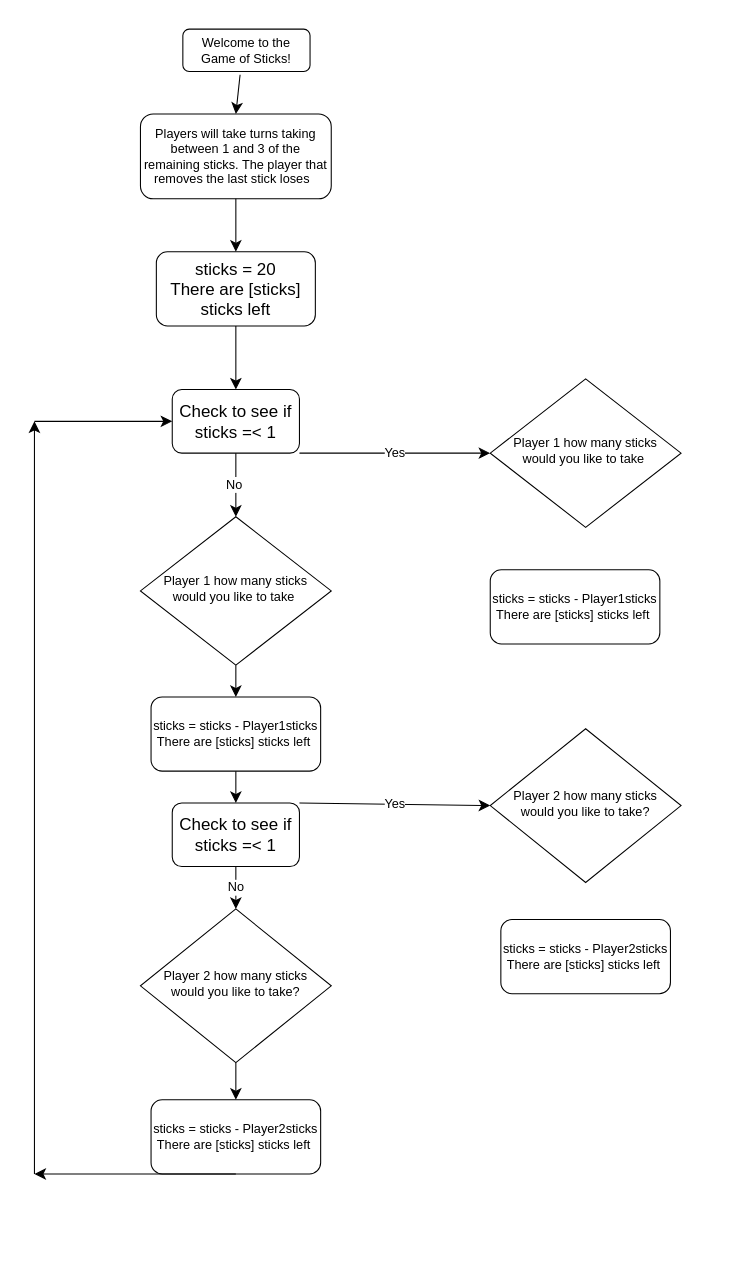
The draw.io diagram Untitled Diagram.drawio in TiyaCox/tycox, before the edit. Source tidied: cells renumbered, new cells numbered last; positions are measured from the earlier drawing's top-left corner, leaving out a move shared by most shapes. Both pictures are drawn from the tidied source at 106%, with x=0, y=0 at pixel (34, 29).
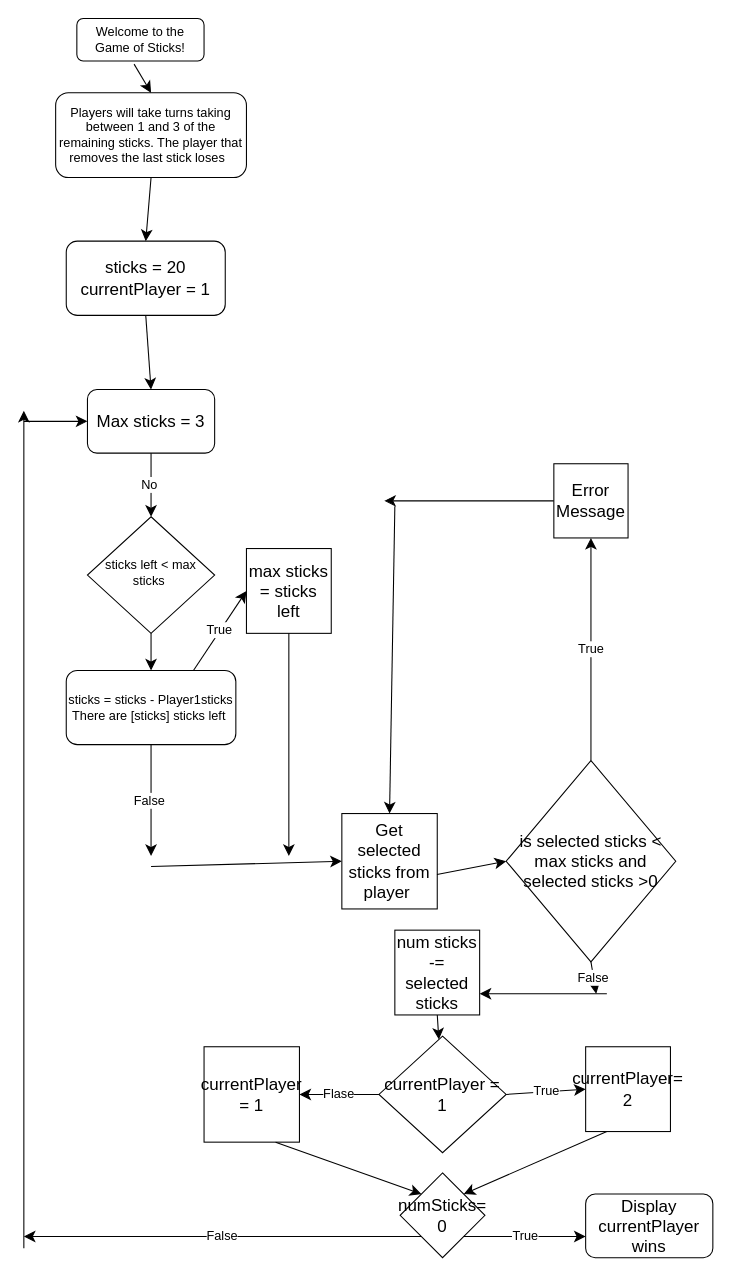
Above is the later version.

Commit message:
Game of Sticks

What changed in the source:
```diff
@@
     <mxCell id="2" value="Welcome to the Game of Sticks!" style="rounded=1;whiteSpace=wrap;html=1;fontSize=12;glass=0;strokeWidth=1;shadow=0;" parent="1" vertex="1">
-      <mxGeometry x="140" width="120" height="40" as="geometry" />
+      <mxGeometry x="40" y="-10" width="120" height="40" as="geometry" />
     </mxCell>
-    <mxCell id="3" value="Player 1 how many sticks would you like to take&amp;nbsp;" style="rhombus;whiteSpace=wrap;html=1;shadow=0;fontFamily=Helvetica;fontSize=12;align=center;strokeWidth=1;spacing=6;spacingTop=-4;" parent="1" vertex="1">
-      <mxGeometry x="100" y="460" width="180" height="140" as="geometry" />
+    <mxCell id="3" value="sticks left &amp;lt; max sticks&amp;nbsp;" style="rhombus;whiteSpace=wrap;html=1;shadow=0;fontFamily=Helvetica;fontSize=12;align=center;strokeWidth=1;spacing=6;spacingTop=-4;" parent="1" vertex="1">
+      <mxGeometry x="50" y="460" width="120" height="110" as="geometry" />
     </mxCell>
     <mxCell id="4" value="Players will take turns taking between 1 and 3 of the remaining sticks. The player that removes the last stick loses&amp;nbsp;&amp;nbsp;" style="rounded=1;whiteSpace=wrap;html=1;fontSize=12;glass=0;strokeWidth=1;shadow=0;" parent="1" vertex="1">
-      <mxGeometry x="100" y="80" width="180" height="80" as="geometry" />
+      <mxGeometry x="20" y="60" width="180" height="80" as="geometry" />
     </mxCell>
-    <mxCell id="5" value="Player 2 how many sticks would you like to take?" style="rhombus;whiteSpace=wrap;html=1;shadow=0;fontFamily=Helvetica;fontSize=12;align=center;strokeWidth=1;spacing=6;spacingTop=-4;" parent="1" vertex="1">
-      <mxGeometry x="100" y="830" width="180" height="145" as="geometry" />
-    </mxCell>
     <mxCell id="6" value="sticks = sticks - Player1sticks&lt;br&gt;There are [sticks] sticks left&amp;nbsp;" style="rounded=1;whiteSpace=wrap;html=1;fontSize=12;glass=0;strokeWidth=1;shadow=0;" parent="1" vertex="1">
-      <mxGeometry x="110" y="630" width="160" height="70" as="geometry" />
+      <mxGeometry x="30" y="605" width="160" height="70" as="geometry" />
     </mxCell>
@@
-    <mxCell id="8" value="sticks = 20&lt;br&gt;There are [sticks] sticks left" style="rounded=1;whiteSpace=wrap;html=1;fontSize=16;" parent="1" vertex="1">
-      <mxGeometry x="115" y="210" width="150" height="70" as="geometry" />
+    <mxCell id="8" value="sticks = 20&lt;br&gt;currentPlayer = 1" style="rounded=1;whiteSpace=wrap;html=1;fontSize=16;" parent="1" vertex="1">
+      <mxGeometry x="30" y="200" width="150" height="70" as="geometry" />
     </mxCell>
@@
-    <mxCell id="11" style="endArrow=classic;html=1;rounded=0;fontSize=12;startSize=8;endSize=8;curved=1;exitX=0.5;exitY=1;exitDx=0;exitDy=0;entryX=0.5;entryY=0;entryDx=0;entryDy=0;" parent="1" edge="1" source="6" target="16">
-      <mxGeometry relative="1" as="geometry" />
+    <mxCell id="11" value="False&amp;nbsp;" style="endArrow=classic;html=1;rounded=0;fontSize=12;startSize=8;endSize=8;curved=1;exitX=0.5;exitY=1;exitDx=0;exitDy=0;" parent="1" edge="1" source="6">
+      <mxGeometry relative="1" as="geometry">
+        <mxPoint x="110" y="780" as="targetPoint" />
+      </mxGeometry>
     </mxCell>
-    <mxCell id="12" value="Check to see if sticks =&amp;lt; 1" style="rounded=1;whiteSpace=wrap;html=1;fontSize=16;" parent="1" vertex="1">
-      <mxGeometry x="130" y="340" width="120" height="60" as="geometry" />
+    <mxCell id="12" value="Max sticks = 3" style="rounded=1;whiteSpace=wrap;html=1;fontSize=16;" parent="1" vertex="1">
+      <mxGeometry x="50" y="340" width="120" height="60" as="geometry" />
     </mxCell>
@@
-    <mxCell id="15" value="Yes" style="endArrow=classic;html=1;rounded=0;fontSize=12;startSize=8;endSize=8;curved=1;exitX=1;exitY=1;exitDx=0;exitDy=0;entryX=0;entryY=0.5;entryDx=0;entryDy=0;" parent="1" edge="1" source="12" target="24">
-      <mxGeometry relative="1" as="geometry" />
-    </mxCell>
-    <mxCell id="16" value="Check to see if sticks =&amp;lt; 1" style="rounded=1;whiteSpace=wrap;html=1;fontSize=16;" parent="1" vertex="1">
-      <mxGeometry x="130" y="730" width="120" height="60" as="geometry" />
-    </mxCell>
-    <mxCell id="17" value="Yes" style="endArrow=classic;html=1;rounded=0;fontSize=12;startSize=8;endSize=8;curved=1;exitX=1;exitY=0;exitDx=0;exitDy=0;entryX=0;entryY=0.5;entryDx=0;entryDy=0;" parent="1" edge="1" source="16" target="25">
-      <mxGeometry relative="1" as="geometry" />
-    </mxCell>
-    <mxCell id="18" value="No" style="endArrow=classic;html=1;rounded=0;fontSize=12;startSize=8;endSize=8;curved=1;exitX=0.5;exitY=1;exitDx=0;exitDy=0;entryX=0.5;entryY=0;entryDx=0;entryDy=0;" parent="1" edge="1" source="16" target="5">
-      <mxGeometry relative="1" as="geometry" />
-    </mxCell>
-    <mxCell id="19" value="sticks = sticks - Player2sticks&lt;br&gt;There are [sticks] sticks left&amp;nbsp;" style="rounded=1;whiteSpace=wrap;html=1;fontSize=12;glass=0;strokeWidth=1;shadow=0;" parent="1" vertex="1">
-      <mxGeometry x="110" y="1010" width="160" height="70" as="geometry" />
-    </mxCell>
-    <mxCell id="20" style="endArrow=classic;html=1;rounded=0;fontSize=12;startSize=8;endSize=8;curved=1;exitX=0.5;exitY=1;exitDx=0;exitDy=0;entryX=0.5;entryY=0;entryDx=0;entryDy=0;" parent="1" edge="1" source="5" target="19">
-      <mxGeometry relative="1" as="geometry" />
+    <mxCell id="20" style="endArrow=classic;html=1;rounded=0;fontSize=12;startSize=8;endSize=8;curved=1;entryX=0;entryY=0.5;entryDx=0;entryDy=0;" parent="1" edge="1" target="31">
+      <mxGeometry relative="1" as="geometry">
+        <mxPoint x="110" y="790" as="sourcePoint" />
+      </mxGeometry>
     </mxCell>
-    <mxCell id="21" style="endArrow=classic;html=1;rounded=0;fontSize=12;startSize=8;endSize=8;curved=1;exitX=0.5;exitY=1;exitDx=0;exitDy=0;" parent="1" edge="1" source="19">
+    <mxCell id="21" value="False" style="endArrow=classic;html=1;rounded=0;fontSize=12;startSize=8;endSize=8;curved=1;exitX=0;exitY=1;exitDx=0;exitDy=0;" parent="1" edge="1" source="47">
       <mxGeometry relative="1" as="geometry">
-        <mxPoint y="1080" as="targetPoint" />
+        <mxPoint x="-10" y="1139" as="targetPoint" />
       </mxGeometry>
     </mxCell>
     <mxCell id="22" style="endArrow=classic;html=1;rounded=0;fontSize=12;startSize=8;endSize=8;curved=1;" parent="1" edge="1">
       <mxGeometry relative="1" as="geometry">
-        <mxPoint y="1080" as="sourcePoint" />
-        <mxPoint y="370" as="targetPoint" />
+        <mxPoint x="-10" y="1150" as="sourcePoint" />
+        <mxPoint x="-10" y="360" as="targetPoint" />
       </mxGeometry>
     </mxCell>
     <mxCell id="23" style="endArrow=classic;html=1;rounded=0;fontSize=12;startSize=8;endSize=8;curved=1;entryX=0;entryY=0.5;entryDx=0;entryDy=0;" parent="1" edge="1" target="12">
       <mxGeometry relative="1" as="geometry">
-        <mxPoint y="370" as="sourcePoint" />
+        <mxPoint x="-10" y="370" as="sourcePoint" />
       </mxGeometry>
     </mxCell>
-    <mxCell id="24" value="Player 1 how many sticks would you like to take&amp;nbsp;" style="rhombus;whiteSpace=wrap;html=1;shadow=0;fontFamily=Helvetica;fontSize=12;align=center;strokeWidth=1;spacing=6;spacingTop=-4;" parent="1" vertex="1">
-      <mxGeometry x="430" y="330" width="180" height="140" as="geometry" />
-    </mxCell>
-    <mxCell id="25" value="Player 2 how many sticks would you like to take?" style="rhombus;whiteSpace=wrap;html=1;shadow=0;fontFamily=Helvetica;fontSize=12;align=center;strokeWidth=1;spacing=6;spacingTop=-4;" parent="1" vertex="1">
-      <mxGeometry x="430" y="660" width="180" height="145" as="geometry" />
-    </mxCell>
-    <mxCell id="26" value="sticks = sticks - Player1sticks&lt;br&gt;There are [sticks] sticks left&amp;nbsp;" style="rounded=1;whiteSpace=wrap;html=1;fontSize=12;glass=0;strokeWidth=1;shadow=0;" parent="1" vertex="1">
-      <mxGeometry x="430" y="510" width="160" height="70" as="geometry" />
-    </mxCell>
-    <mxCell id="27" value="sticks = sticks - Player2sticks&lt;br&gt;There are [sticks] sticks left&amp;nbsp;" style="rounded=1;whiteSpace=wrap;html=1;fontSize=12;glass=0;strokeWidth=1;shadow=0;" parent="1" vertex="1">
-      <mxGeometry x="440" y="840" width="160" height="70" as="geometry" />
-    </mxCell>
+    <mxCell id="28" value="True&amp;nbsp;" style="endArrow=classic;html=1;rounded=0;fontSize=12;startSize=8;endSize=8;curved=1;exitX=0.75;exitY=0;exitDx=0;exitDy=0;entryX=0;entryY=0.5;entryDx=0;entryDy=0;" parent="1" edge="1" source="6" target="29">
+      <mxGeometry x="0.01" relative="1" as="geometry" />
+    </mxCell>
+    <mxCell id="29" value="max sticks = sticks left" style="whiteSpace=wrap;html=1;fontSize=16;" parent="1" vertex="1">
+      <mxGeometry x="200" y="490" width="80" height="80" as="geometry" />
+    </mxCell>
+    <mxCell id="30" style="endArrow=classic;html=1;rounded=0;fontSize=12;startSize=8;endSize=8;curved=1;exitX=0.5;exitY=1;exitDx=0;exitDy=0;" parent="1" edge="1" source="29">
+      <mxGeometry relative="1" as="geometry">
+        <mxPoint x="240" y="780" as="targetPoint" />
+      </mxGeometry>
+    </mxCell>
+    <mxCell id="31" value="Get selected sticks from player&amp;nbsp;" style="whiteSpace=wrap;html=1;fontSize=16;" parent="1" vertex="1">
+      <mxGeometry x="290" y="740" width="90" height="90" as="geometry" />
+    </mxCell>
+    <mxCell id="32" value="is selected sticks &amp;lt; max sticks and selected sticks &amp;gt;0" style="rhombus;whiteSpace=wrap;html=1;fontSize=16;" parent="1" vertex="1">
+      <mxGeometry x="445" y="690" width="160" height="190" as="geometry" />
+    </mxCell>
+    <mxCell id="33" style="endArrow=classic;html=1;rounded=0;fontSize=12;startSize=8;endSize=8;curved=1;exitX=0.997;exitY=0.639;exitDx=0;exitDy=0;exitPerimeter=0;entryX=0;entryY=0.5;entryDx=0;entryDy=0;" parent="1" edge="1" source="31" target="32">
+      <mxGeometry relative="1" as="geometry" />
+    </mxCell>
+    <mxCell id="34" value="True" style="endArrow=classic;html=1;rounded=0;fontSize=12;startSize=8;endSize=8;curved=1;exitX=0.5;exitY=0;exitDx=0;exitDy=0;entryX=0.5;entryY=1;entryDx=0;entryDy=0;" parent="1" edge="1" source="32" target="42">
+      <mxGeometry relative="1" as="geometry" />
+    </mxCell>
+    <mxCell id="35" value="False" style="endArrow=classic;html=1;rounded=0;fontSize=12;startSize=8;endSize=8;curved=1;exitX=0.5;exitY=1;exitDx=0;exitDy=0;" parent="1" edge="1" source="32">
+      <mxGeometry x="-0.01" relative="1" as="geometry">
+        <mxPoint x="530" y="910" as="targetPoint" />
+      </mxGeometry>
+    </mxCell>
+    <mxCell id="36" style="endArrow=classic;html=1;rounded=0;fontSize=12;startSize=8;endSize=8;curved=1;entryX=0.5;entryY=0;entryDx=0;entryDy=0;" parent="1" edge="1" target="31">
+      <mxGeometry relative="1" as="geometry">
+        <mxPoint x="340" y="450" as="sourcePoint" />
+      </mxGeometry>
+    </mxCell>
+    <mxCell id="37" style="endArrow=classic;html=1;rounded=0;fontSize=12;startSize=8;endSize=8;curved=1;startArrow=none;" parent="1" edge="1" source="42">
+      <mxGeometry relative="1" as="geometry">
+        <mxPoint x="330" y="445" as="targetPoint" />
+      </mxGeometry>
+    </mxCell>
+    <mxCell id="38" style="endArrow=classic;html=1;rounded=0;fontSize=12;startSize=8;endSize=8;curved=1;entryX=1;entryY=0.75;entryDx=0;entryDy=0;" parent="1" edge="1" target="39">
+      <mxGeometry relative="1" as="geometry">
+        <mxPoint x="540" y="910" as="sourcePoint" />
+      </mxGeometry>
+    </mxCell>
+    <mxCell id="39" value="num sticks -= selected sticks" style="whiteSpace=wrap;html=1;fontSize=16;" parent="1" vertex="1">
+      <mxGeometry x="340" y="850" width="80" height="80" as="geometry" />
+    </mxCell>
+    <mxCell id="40" style="endArrow=classic;html=1;rounded=0;fontSize=12;startSize=8;endSize=8;curved=1;exitX=0.5;exitY=1;exitDx=0;exitDy=0;" parent="1" edge="1" source="39" target="41">
+      <mxGeometry relative="1" as="geometry" />
+    </mxCell>
+    <mxCell id="41" value="currentPlayer = 1" style="rhombus;whiteSpace=wrap;html=1;fontSize=16;" parent="1" vertex="1">
+      <mxGeometry x="325" y="950" width="120" height="110" as="geometry" />
+    </mxCell>
+    <mxCell id="42" value="Error Message" style="whiteSpace=wrap;html=1;fontSize=16;" parent="1" vertex="1">
+      <mxGeometry x="490" y="410" width="70" height="70" as="geometry" />
+    </mxCell>
+    <mxCell id="43" value="Flase" style="endArrow=classic;html=1;rounded=0;fontSize=12;startSize=8;endSize=8;curved=1;exitX=0;exitY=0.5;exitDx=0;exitDy=0;entryX=1;entryY=0.5;entryDx=0;entryDy=0;" parent="1" edge="1" source="41" target="45">
+      <mxGeometry relative="1" as="geometry" />
+    </mxCell>
+    <mxCell id="44" value="True" style="endArrow=classic;html=1;rounded=0;fontSize=12;startSize=8;endSize=8;curved=1;exitX=1;exitY=0.5;exitDx=0;exitDy=0;entryX=0;entryY=0.5;entryDx=0;entryDy=0;" parent="1" edge="1" source="41" target="46">
+      <mxGeometry relative="1" as="geometry" />
+    </mxCell>
+    <mxCell id="45" value="currentPlayer = 1" style="whiteSpace=wrap;html=1;fontSize=16;" parent="1" vertex="1">
+      <mxGeometry x="160" y="960" width="90" height="90" as="geometry" />
+    </mxCell>
+    <mxCell id="46" value="currentPlayer= 2" style="whiteSpace=wrap;html=1;fontSize=16;" parent="1" vertex="1">
+      <mxGeometry x="520" y="960" width="80" height="80" as="geometry" />
+    </mxCell>
+    <mxCell id="47" value="numSticks= 0" style="rhombus;whiteSpace=wrap;html=1;fontSize=16;" parent="1" vertex="1">
+      <mxGeometry x="345" y="1079" width="80" height="80" as="geometry" />
+    </mxCell>
+    <mxCell id="48" style="endArrow=classic;html=1;rounded=0;fontSize=12;startSize=8;endSize=8;curved=1;exitX=0.75;exitY=1;exitDx=0;exitDy=0;entryX=0;entryY=0;entryDx=0;entryDy=0;" parent="1" edge="1" source="45" target="47">
+      <mxGeometry relative="1" as="geometry" />
+    </mxCell>
+    <mxCell id="49" style="endArrow=classic;html=1;rounded=0;fontSize=12;startSize=8;endSize=8;curved=1;entryX=1;entryY=0;entryDx=0;entryDy=0;exitX=0.25;exitY=1;exitDx=0;exitDy=0;" parent="1" edge="1" source="46" target="47">
+      <mxGeometry relative="1" as="geometry" />
+    </mxCell>
+    <mxCell id="50" value="True" style="endArrow=classic;html=1;rounded=0;fontSize=12;startSize=8;endSize=8;curved=1;exitX=1;exitY=1;exitDx=0;exitDy=0;" parent="1" edge="1" source="47">
+      <mxGeometry relative="1" as="geometry">
+        <mxPoint x="520" y="1139" as="targetPoint" />
+      </mxGeometry>
+    </mxCell>
+    <mxCell id="51" value="Display currentPlayer wins" style="rounded=1;whiteSpace=wrap;html=1;fontSize=16;" parent="1" vertex="1">
+      <mxGeometry x="520" y="1099" width="120" height="60" as="geometry" />
+    </mxCell>
```
